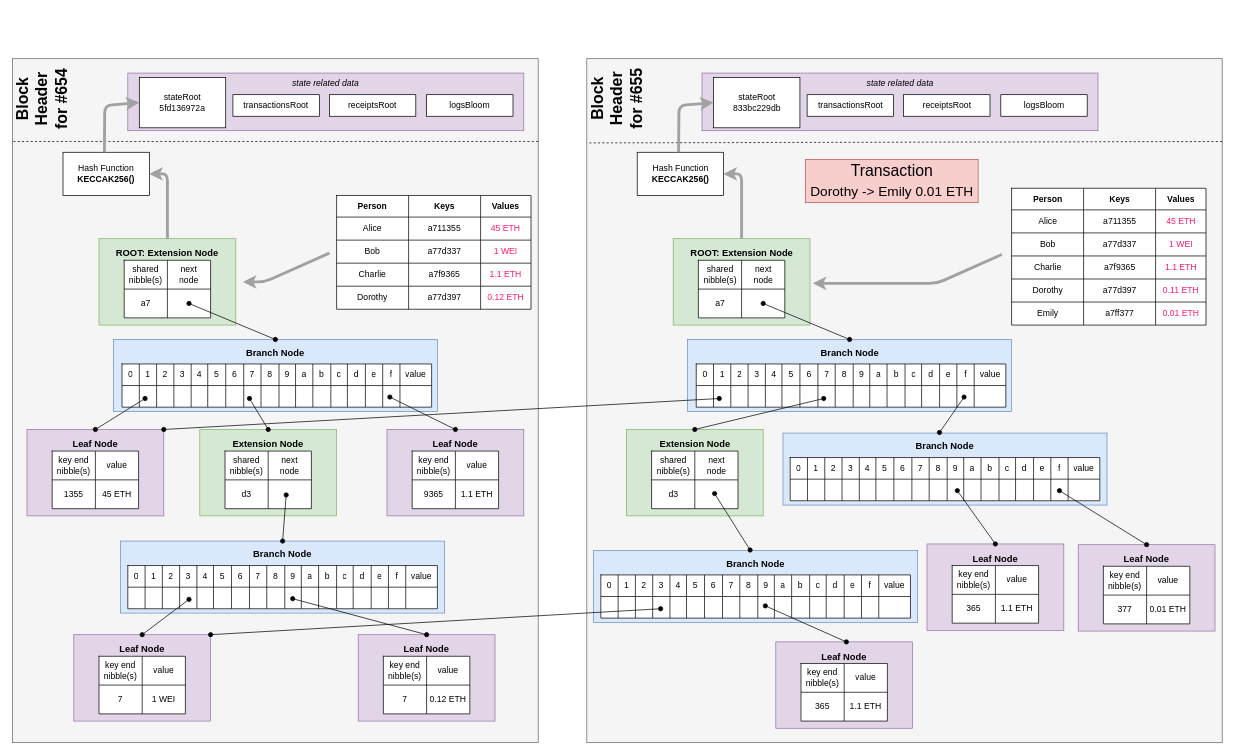
The draw.io diagram page "Page-3" (3 of 5) of _posts/fab-eth-v2/diagrams/block_structure.drawio in arnabkaycee/arnabkaycee.github.io, before the edit. Source tidied: cells renumbered, new cells numbered last; positions are measured from the earlier drawing's top-left corner, leaving out a move shared by most shapes. Both pictures are drawn from the tidied source at 72%, with x=0, y=0 at pixel (1, 58).
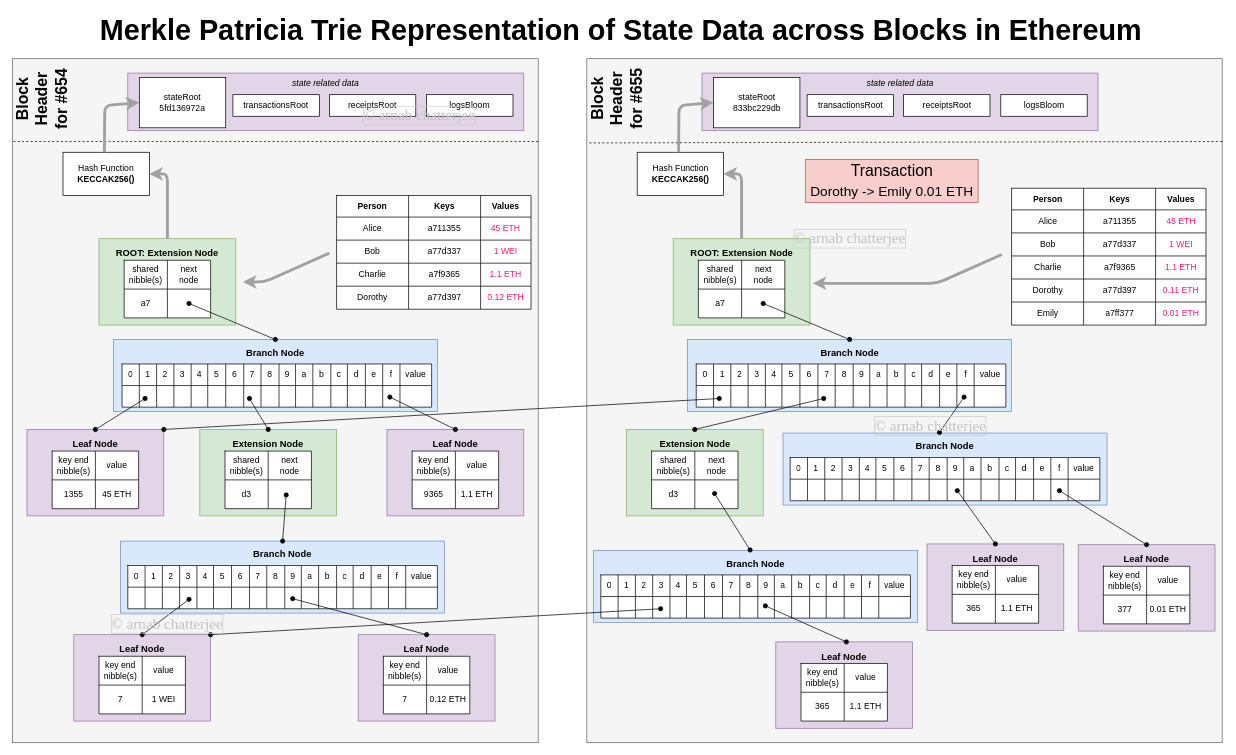
Above is the later version.

What changed in the source:
```diff
@@
+    <mxCell id="389" value="© arnab chatterjee" style="text;html=1;strokeColor=none;fillColor=none;align=center;verticalAlign=middle;whiteSpace=wrap;rounded=0;fontFamily=Garamond;fontSize=21;labelBorderColor=#CCCCCC;labelBackgroundColor=none;fontStyle=0;fontColor=#C2C2C2;" parent="1" vertex="1">
+      <mxGeometry x="386" y="69" width="390" height="20" as="geometry" />
+    </mxCell>
+    <mxCell id="390" value="© arnab chatterjee" style="text;html=1;strokeColor=none;fillColor=none;align=center;verticalAlign=middle;whiteSpace=wrap;rounded=0;fontFamily=Garamond;fontSize=21;labelBorderColor=#CCCCCC;labelBackgroundColor=none;fontStyle=0;fontColor=#C2C2C2;" parent="1" vertex="1">
+      <mxGeometry x="36" y="775" width="390" height="20" as="geometry" />
+    </mxCell>
+    <mxCell id="391" value="© arnab chatterjee" style="text;html=1;strokeColor=none;fillColor=none;align=center;verticalAlign=middle;whiteSpace=wrap;rounded=0;fontFamily=Garamond;fontSize=21;labelBorderColor=#CCCCCC;labelBackgroundColor=none;fontStyle=0;fontColor=#C2C2C2;" parent="1" vertex="1">
+      <mxGeometry x="1096" y="500" width="390" height="20" as="geometry" />
+    </mxCell>
+    <mxCell id="392" value="© arnab chatterjee" style="text;html=1;strokeColor=none;fillColor=none;align=center;verticalAlign=middle;whiteSpace=wrap;rounded=0;fontFamily=Garamond;fontSize=21;labelBorderColor=#CCCCCC;labelBackgroundColor=none;fontStyle=0;fontColor=#C2C2C2;" parent="1" vertex="1">
+      <mxGeometry x="983.5" y="240" width="390" height="20" as="geometry" />
+    </mxCell>
+    <mxCell id="393" value="Merkle Patricia Trie Representation of State Data across Blocks in Ethereum" style="text;html=1;strokeColor=none;fillColor=none;align=center;verticalAlign=middle;whiteSpace=wrap;rounded=0;fontStyle=1;fontSize=40;" parent="1" vertex="1">
+      <mxGeometry x="26" y="-50" width="1670" height="20" as="geometry" />
+    </mxCell>
```
